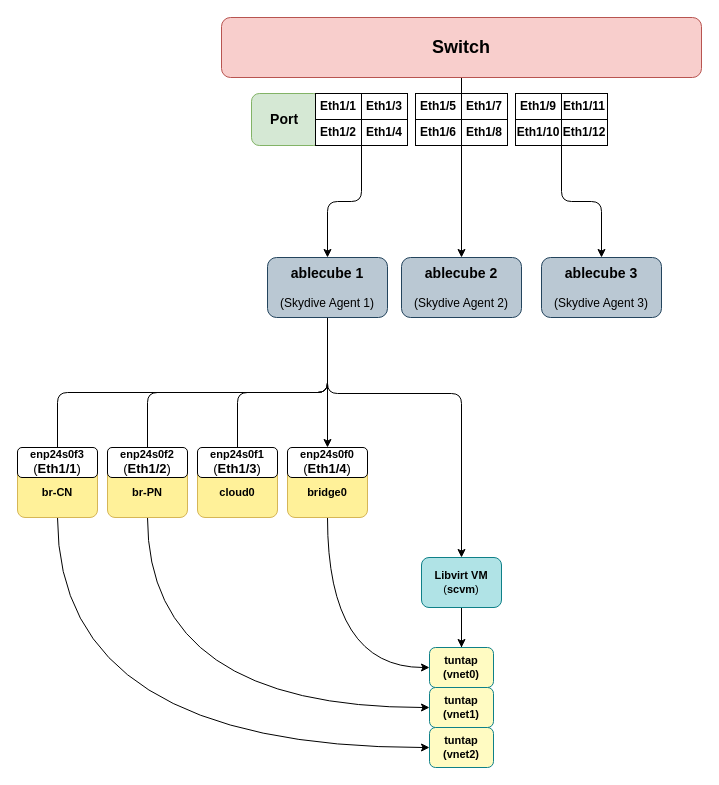
stardom3645/wiki keeps this draw.io diagram as page "토폴로지 구조" (2 of 2) of skydive.drawio. Above is the earlier version. Source tidied: cells renumbered, new cells numbered last; positions are measured from the earlier drawing's top-left corner, leaving out a move shared by most shapes. Both pictures are drawn from the tidied source at 100%, with x=0, y=0 at pixel (17, 17).
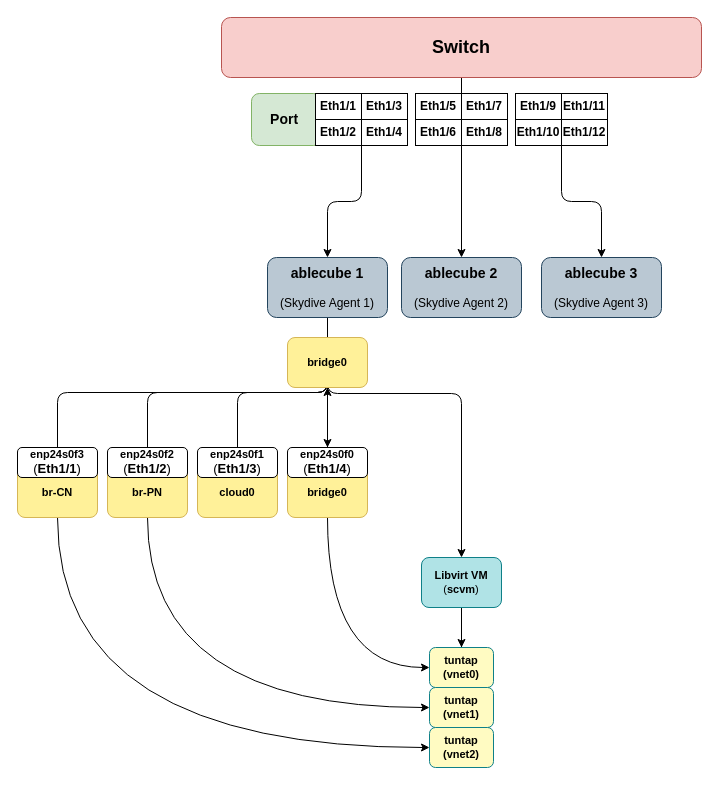
The same page after the edit.

The change refers to these unchanged cells:
```xml
<mxCell id="35" value="&lt;span style=&quot;font-weight: bold ; font-size: 11px&quot;&gt;bridge0&lt;/span&gt;" style="rounded=1;whiteSpace=wrap;html=1;strokeColor=#d6b656;fontSize=11;fillColor=#FFF199;" parent="1" vertex="1">
  <mxGeometry x="270" y="450" width="80" height="50" as="geometry" />
</mxCell>
```

The edit, as a diff of the source:
```diff
@@
+    <mxCell id="48" style="edgeStyle=orthogonalEdgeStyle;curved=1;jettySize=auto;html=1;fontSize=11;" parent="1" edge="1" source="35" target="49">
+      <mxGeometry relative="1" as="geometry" />
+    </mxCell>
@@
+    <mxCell id="49" value="&lt;span style=&quot;font-weight: bold ; font-size: 11px&quot;&gt;bridge0&lt;/span&gt;" style="rounded=1;whiteSpace=wrap;html=1;strokeColor=#d6b656;fontSize=11;fillColor=#FFF199;" parent="1" vertex="1">
+      <mxGeometry x="270" y="320" width="80" height="50" as="geometry" />
+    </mxCell>
```
